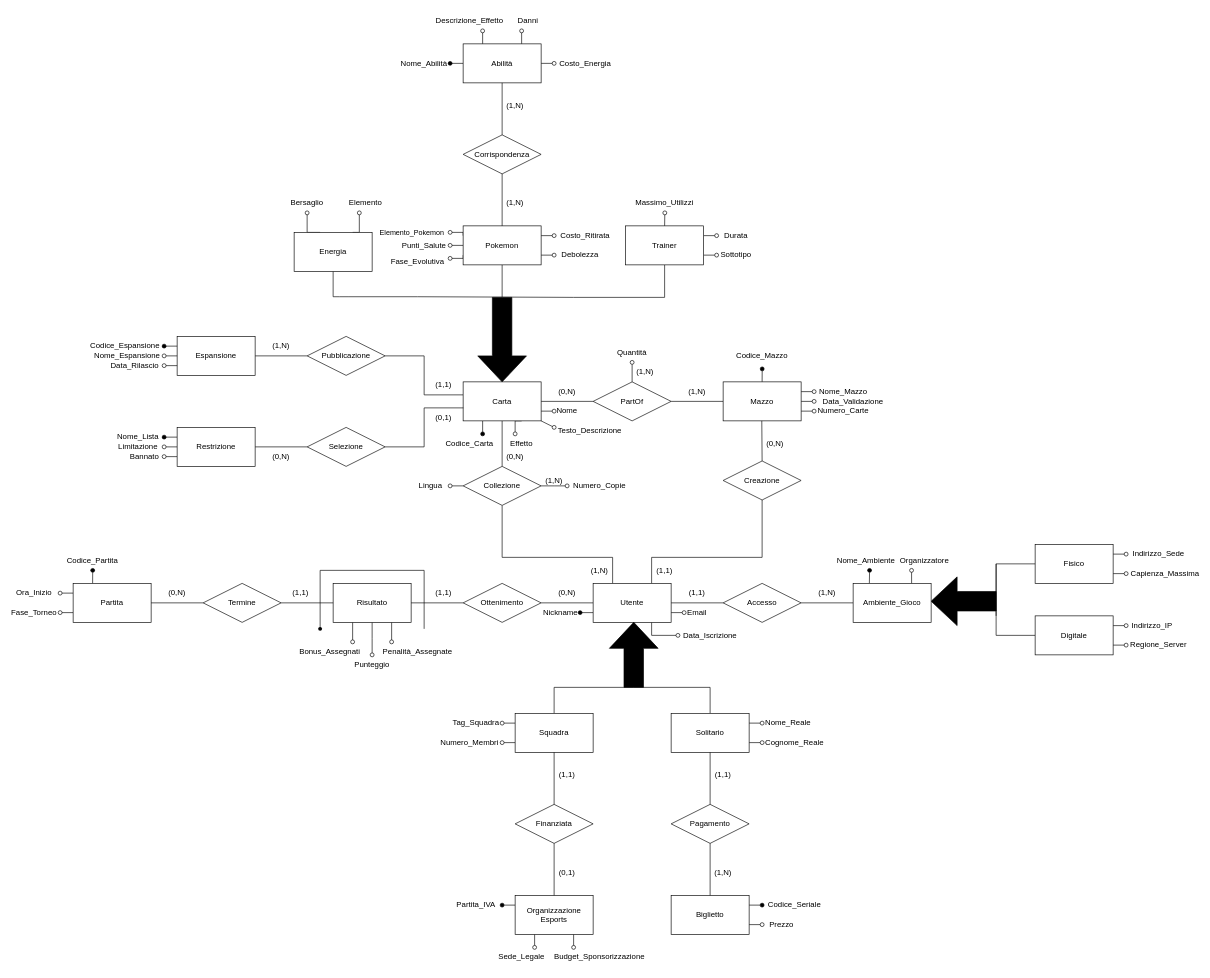
Earlier version of the draw.io diagram Torneo.drawio (aleadami/DBS_Collezionismo). Source tidied: cells renumbered, new cells numbered last; positions are measured from the earlier drawing's top-left corner, leaving out a move shared by most shapes. Both pictures are drawn from the tidied source at 65%, with x=0, y=0 at pixel (14, 11).
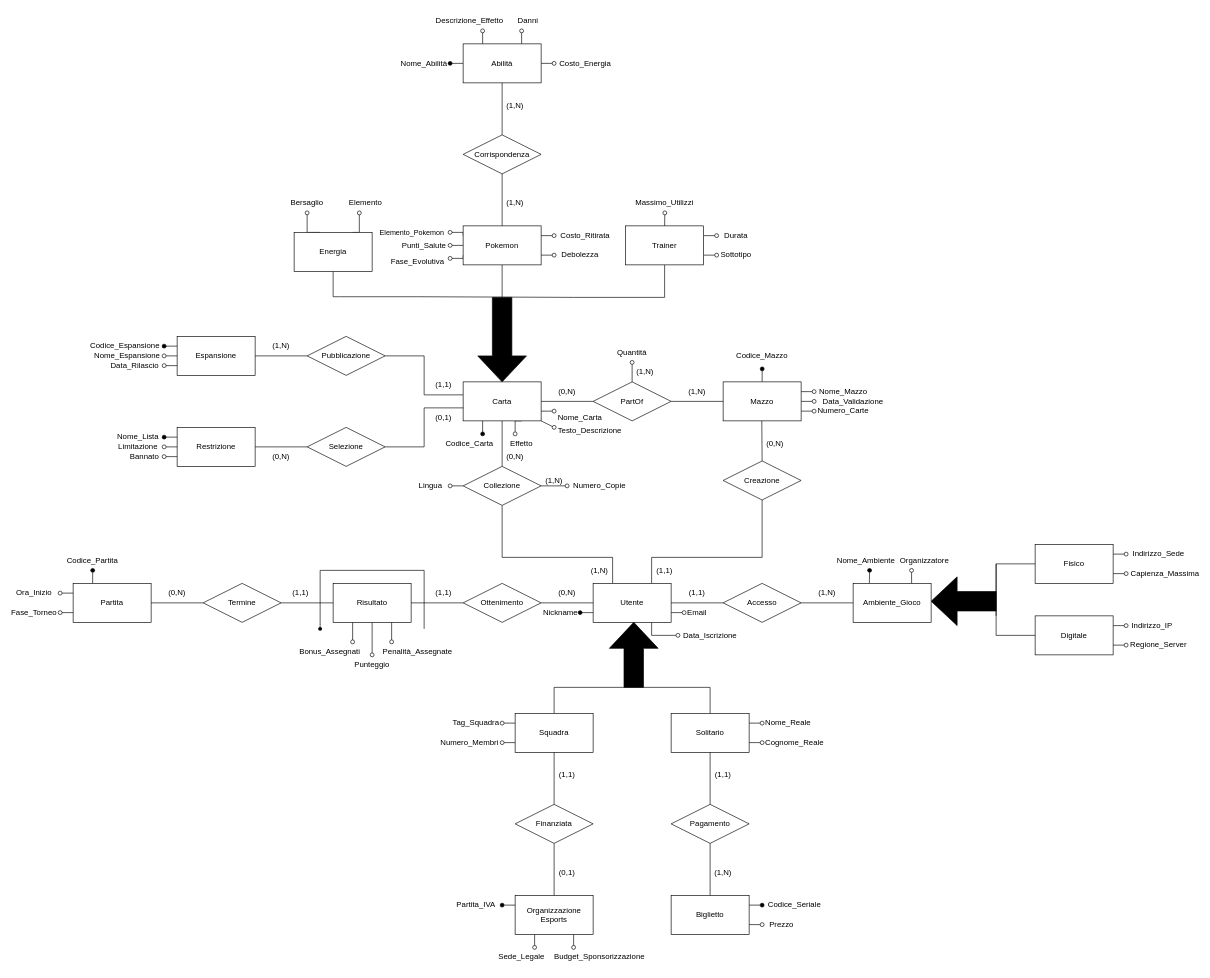
After the change.

Commit message:
Modificato nome attributo in carta

Diff of the diagram source:
```diff
@@
-    <mxCell id="149" value="Nome" style="text;html=1;whiteSpace=wrap;strokeColor=none;fillColor=none;align=center;verticalAlign=middle;rounded=0;" parent="1" vertex="1">
-      <mxGeometry x="820" y="600" width="60" height="30" as="geometry" />
+    <mxCell id="149" value="Nome_Carta" style="text;html=1;whiteSpace=wrap;strokeColor=none;fillColor=none;align=center;verticalAlign=middle;rounded=0;" parent="1" vertex="1">
+      <mxGeometry x="840" y="610" width="60" height="30" as="geometry" />
     </mxCell>
```
